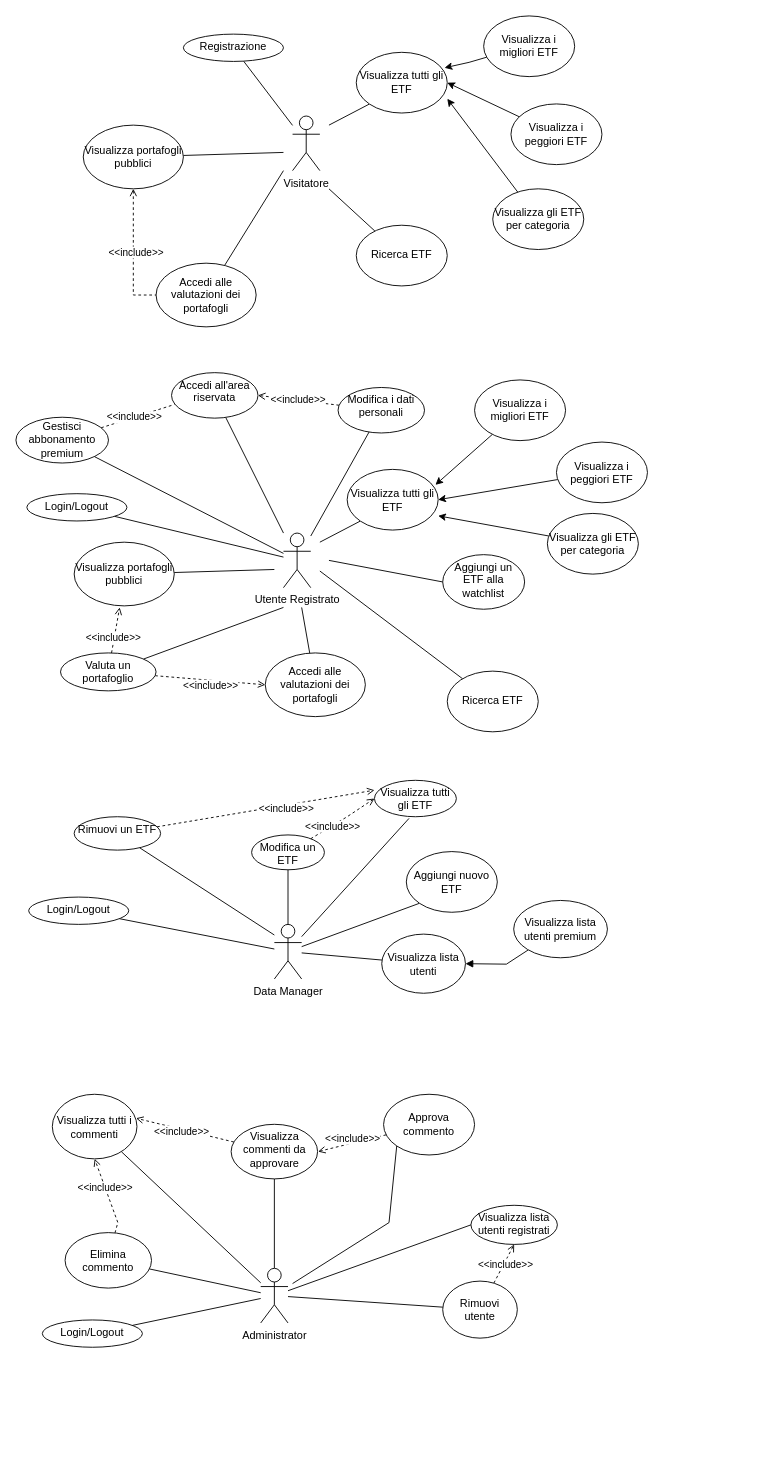
Before: page "user use cases" (2 of 3) of user_use_case.drawio in mattiapitossi/sebd, a draw.io diagram. Source tidied: cells renumbered, new cells numbered last; positions are measured from the earlier drawing's top-left corner, leaving out a move shared by most shapes. Both pictures are drawn from the tidied source at 91%, with x=0, y=0 at pixel (15, 15).
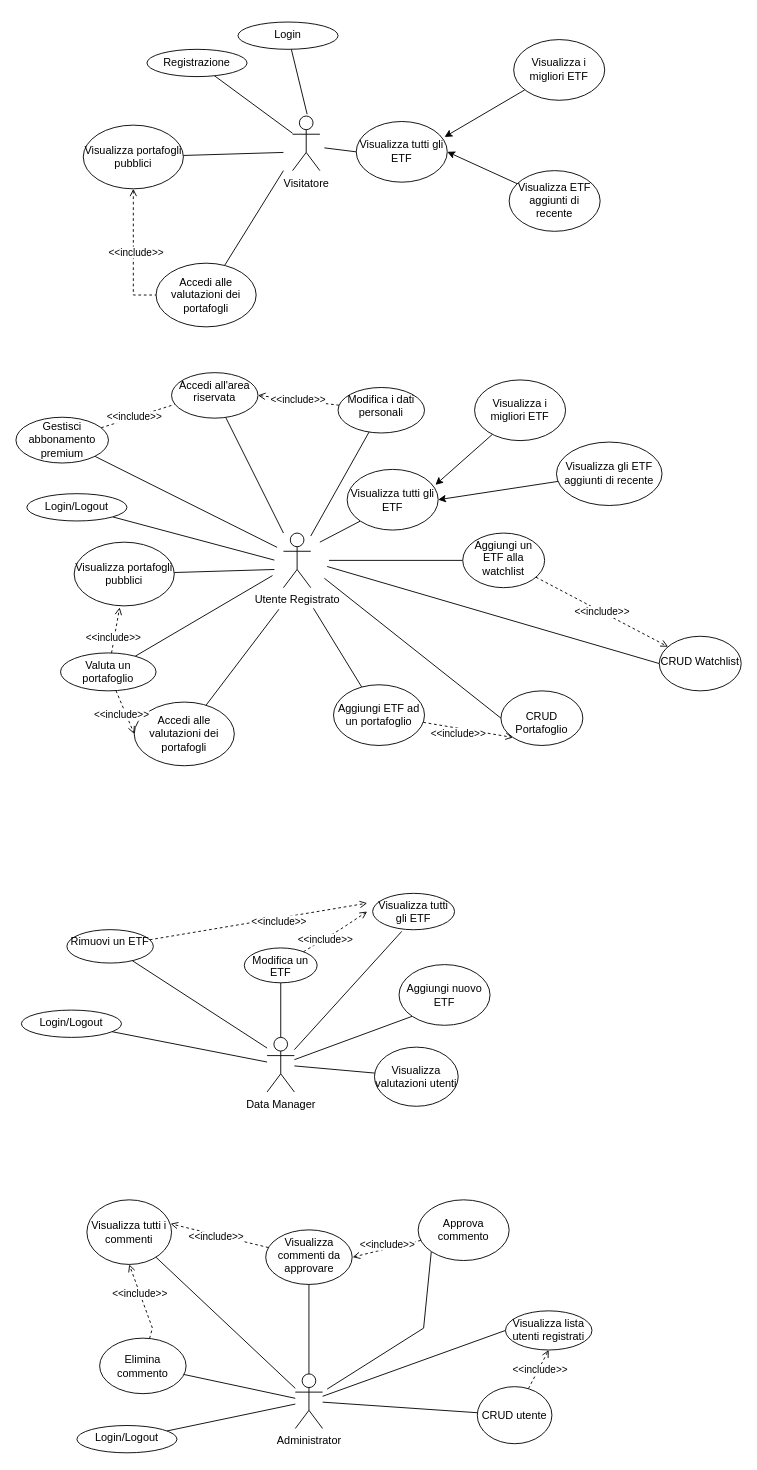
The same page after the edit.

The change refers to these unchanged cells:
```xml
<mxCell id="29" value="Utente Registrato" style="shape=umlActor;verticalLabelPosition=bottom;verticalAlign=top;html=1;outlineConnect=0;" parent="1" vertex="1">
  <mxGeometry x="294" y="568.3" width="30" height="60" as="geometry" />
</mxCell>
<mxCell id="32" value="Visualizza tutti gli ETF" style="ellipse;whiteSpace=wrap;html=1;" parent="1" vertex="1">
  <mxGeometry x="364" y="498.3" width="100" height="66.7" as="geometry" />
</mxCell>
<mxCell id="46" value="Login/Logout" style="ellipse;whiteSpace=wrap;html=1;verticalAlign=top;" parent="1" vertex="1">
  <mxGeometry x="12" y="525" width="110" height="30" as="geometry" />
</mxCell>
<mxCell id="54" value="Valuta un portafoglio" style="ellipse;whiteSpace=wrap;html=1;verticalAlign=top;" parent="1" vertex="1">
  <mxGeometry x="49" y="700" width="105" height="41.7" as="geometry" />
</mxCell>
<mxCell id="101" value="Gestisci&lt;br&gt;abbonamento premium" style="ellipse;whiteSpace=wrap;html=1;" parent="1" vertex="1">
  <mxGeometry y="441" width="101.7" height="50.3" as="geometry" />
</mxCell>
```

Diff of the diagram source:
```diff
@@
-    <mxCell id="5" style="rounded=0;jettySize=auto;html=1;exitX=0;exitY=1;exitDx=0;exitDy=0;endArrow=none;endFill=0;" parent="1" edge="1" source="6">
+    <mxCell id="5" style="rounded=0;jettySize=auto;html=1;exitX=0;exitY=0.5;exitDx=0;exitDy=0;endArrow=none;endFill=0;" parent="1" edge="1" source="6">
       <mxGeometry relative="1" as="geometry">
-        <mxPoint x="344" y="120" as="targetPoint" />
+        <mxPoint x="339" y="145" as="targetPoint" />
       </mxGeometry>
     </mxCell>
     <mxCell id="6" value="Visualizza tutti gli ETF" style="ellipse;whiteSpace=wrap;html=1;" parent="1" vertex="1">
-      <mxGeometry x="374" y="40" width="100" height="66.7" as="geometry" />
+      <mxGeometry x="374" y="116" width="100" height="66.7" as="geometry" />
     </mxCell>
     <mxCell id="7" style="rounded=0;jettySize=auto;html=1;entryX=0.97;entryY=0.255;entryDx=0;entryDy=0;entryPerimeter=0;" parent="1" edge="1" source="8" target="6">
-      <mxGeometry relative="1" as="geometry">
-        <Array as="points">
-          <mxPoint x="498" y="51" />
-        </Array>
-      </mxGeometry>
+      <mxGeometry relative="1" as="geometry" />
     </mxCell>
     <mxCell id="8" value="Visualizza i migliori ETF" style="ellipse;whiteSpace=wrap;html=1;" parent="1" vertex="1">
-      <mxGeometry x="514" width="100" height="66.7" as="geometry" />
+      <mxGeometry x="547" y="26" width="100" height="66.7" as="geometry" />
     </mxCell>
@@
-    <mxCell id="10" value="Visualizza i peggiori ETF" style="ellipse;whiteSpace=wrap;html=1;" parent="1" vertex="1">
-      <mxGeometry x="544" y="96.7" width="100" height="66.7" as="geometry" />
+    <mxCell id="10" value="Visualizza ETF aggiunti di recente" style="ellipse;whiteSpace=wrap;html=1;" parent="1" vertex="1">
+      <mxGeometry x="542" y="170" width="100" height="66.7" as="geometry" />
     </mxCell>
-    <mxCell id="11" style="rounded=0;jettySize=auto;html=1;entryX=1;entryY=0.765;entryDx=0;entryDy=0;entryPerimeter=0;" parent="1" edge="1" source="12" target="6">
-      <mxGeometry relative="1" as="geometry" />
-    </mxCell>
-    <mxCell id="12" value="Visualizza gli ETF per categoria" style="ellipse;whiteSpace=wrap;html=1;" parent="1" vertex="1">
-      <mxGeometry x="524" y="190" width="100" height="66.7" as="geometry" />
-    </mxCell>
-    <mxCell id="13" style="rounded=0;jettySize=auto;html=1;endArrow=none;endFill=0;" parent="1" edge="1" source="14">
-      <mxGeometry relative="1" as="geometry">
-        <mxPoint x="344" y="190" as="targetPoint" />
-      </mxGeometry>
-    </mxCell>
-    <mxCell id="14" value="Ricerca ETF" style="ellipse;whiteSpace=wrap;html=1;" parent="1" vertex="1">
-      <mxGeometry x="374" y="230" width="100" height="66.7" as="geometry" />
-    </mxCell>
@@
     <mxCell id="22" value="Registrazione" style="ellipse;whiteSpace=wrap;html=1;verticalAlign=top;" parent="1" vertex="1">
-      <mxGeometry x="184" y="20" width="110" height="30" as="geometry" />
+      <mxGeometry x="144" y="36.7" width="110" height="30" as="geometry" />
     </mxCell>
-    <mxCell id="23" style="rounded=0;jettySize=auto;html=1;endArrow=none;endFill=0;" parent="1" edge="1" source="29" target="46">
-      <mxGeometry relative="1" as="geometry" />
+    <mxCell id="23" style="rounded=0;jettySize=auto;html=1;endArrow=none;endFill=0;" parent="1" edge="1" target="46">
+      <mxGeometry relative="1" as="geometry">
+        <mxPoint x="284" y="598" as="sourcePoint" />
+      </mxGeometry>
     </mxCell>
@@
     <mxCell id="26" style="rounded=0;jettySize=auto;html=1;endArrow=none;endFill=0;" parent="1" edge="1" target="54">
       <mxGeometry relative="1" as="geometry">
-        <mxPoint x="294" y="650" as="sourcePoint" />
+        <mxPoint x="282" y="615" as="sourcePoint" />
       </mxGeometry>
     </mxCell>
@@
-    <mxCell id="28" style="rounded=0;jettySize=auto;html=1;endArrow=none;endFill=0;" parent="1" edge="1" source="29" target="101">
-      <mxGeometry relative="1" as="geometry" />
+    <mxCell id="28" style="rounded=0;jettySize=auto;html=1;endArrow=none;endFill=0;" parent="1" edge="1" target="101">
+      <mxGeometry relative="1" as="geometry">
+        <mxPoint x="287" y="584" as="sourcePoint" />
+      </mxGeometry>
     </mxCell>
@@
-    <mxCell id="36" value="Visualizza i peggiori ETF" style="ellipse;whiteSpace=wrap;html=1;" parent="1" vertex="1">
-      <mxGeometry x="594" y="468.3" width="100" height="66.7" as="geometry" />
+    <mxCell id="36" value="Visualizza gli ETF&lt;br&gt;aggiunti di recente" style="ellipse;whiteSpace=wrap;html=1;" parent="1" vertex="1">
+      <mxGeometry x="594" y="468.3" width="116" height="69.7" as="geometry" />
     </mxCell>
-    <mxCell id="37" style="rounded=0;jettySize=auto;html=1;entryX=1;entryY=0.765;entryDx=0;entryDy=0;entryPerimeter=0;" parent="1" edge="1" source="38" target="32">
-      <mxGeometry relative="1" as="geometry" />
-    </mxCell>
-    <mxCell id="38" value="Visualizza gli ETF per categoria" style="ellipse;whiteSpace=wrap;html=1;" parent="1" vertex="1">
-      <mxGeometry x="584" y="546.7" width="100" height="66.7" as="geometry" />
-    </mxCell>
     <mxCell id="39" style="rounded=0;jettySize=auto;html=1;endArrow=none;endFill=0;" parent="1" edge="1" source="40">
       <mxGeometry relative="1" as="geometry">
-        <mxPoint x="334" y="610" as="targetPoint" />
+        <mxPoint x="327" y="651" as="targetPoint" />
       </mxGeometry>
     </mxCell>
+    <mxCell id="105" style="rounded=0;jettySize=auto;html=1;entryX=0;entryY=1;entryDx=0;entryDy=0;dashed=1;endArrow=open;endFill=0;" parent="1" edge="1" source="40" target="111">
+      <mxGeometry relative="1" as="geometry" />
+    </mxCell>
+    <mxCell id="106" value="&amp;lt;&amp;lt;include&amp;gt;&amp;gt;" style="edgeLabel;html=1;align=center;verticalAlign=middle;" parent="105" vertex="1">
+      <mxGeometry x="0.37" y="-3" relative="1" as="geometry">
+        <mxPoint x="-30" y="-2" as="offset" />
+      </mxGeometry>
+    </mxCell>
-    <mxCell id="40" value="Ricerca ETF" style="ellipse;whiteSpace=wrap;html=1;" parent="1" vertex="1">
-      <mxGeometry x="474" y="720" width="100" height="66.7" as="geometry" />
+    <mxCell id="40" value="Aggiungi ETF ad un portafoglio" style="ellipse;whiteSpace=wrap;html=1;" parent="1" vertex="1">
+      <mxGeometry x="349" y="735" width="100" height="66.7" as="geometry" />
     </mxCell>
@@
     <mxCell id="44" style="rounded=0;jettySize=auto;html=1;endArrow=none;endFill=0;" parent="1" edge="1" source="45">
       <mxGeometry relative="1" as="geometry">
-        <mxPoint x="314" y="650" as="targetPoint" />
+        <mxPoint x="289" y="652" as="targetPoint" />
       </mxGeometry>
     </mxCell>
     <mxCell id="45" value="Accedi alle valutazioni dei portafogli" style="ellipse;whiteSpace=wrap;html=1;" parent="1" vertex="1">
-      <mxGeometry x="274" y="700" width="110" height="70" as="geometry" />
+      <mxGeometry x="130" y="754" width="110" height="70" as="geometry" />
     </mxCell>
@@
+    <mxCell id="107" value="&amp;lt;&amp;lt;include&amp;gt;&amp;gt;" style="rounded=0;jettySize=auto;html=1;dashed=1;endArrow=open;endFill=0;" parent="1" edge="1" source="55" target="113">
+      <mxGeometry relative="1" as="geometry" />
+    </mxCell>
     <mxCell id="55" value="Aggiungi un ETF alla watchlist" style="ellipse;whiteSpace=wrap;html=1;verticalAlign=top;" parent="1" vertex="1">
-      <mxGeometry x="469" y="592" width="90" height="60" as="geometry" />
+      <mxGeometry x="491" y="568.3" width="90" height="60" as="geometry" />
     </mxCell>
@@
     <mxCell id="57" style="rounded=0;jettySize=auto;html=1;endArrow=none;endFill=0;" parent="1" edge="1" target="69">
       <mxGeometry relative="1" as="geometry">
-        <mxPoint x="284" y="1010" as="sourcePoint" />
+        <mxPoint x="276" y="1134.2" as="sourcePoint" />
       </mxGeometry>
     </mxCell>
-    <mxCell id="58" style="rounded=0;jettySize=auto;html=1;entryX=0.422;entryY=1.046;entryDx=0;entryDy=0;endArrow=none;endFill=0;entryPerimeter=0;" parent="1" edge="1" source="61" target="70">
-      <mxGeometry relative="1" as="geometry" />
+    <mxCell id="58" style="rounded=0;jettySize=auto;html=1;entryX=0.422;entryY=1.046;entryDx=0;entryDy=0;endArrow=none;endFill=0;entryPerimeter=0;" parent="1" edge="1" source="61">
+      <mxGeometry relative="1" as="geometry">
+        <mxPoint x="424" y="1006" as="targetPoint" />
+      </mxGeometry>
     </mxCell>
@@
     <mxCell id="61" value="Data Manager" style="shape=umlActor;verticalLabelPosition=bottom;verticalAlign=top;html=1;outlineConnect=0;" parent="1" vertex="1">
-      <mxGeometry x="284" y="998.3" width="30" height="60" as="geometry" />
+      <mxGeometry x="276" y="1122.5" width="30" height="60" as="geometry" />
     </mxCell>
     <mxCell id="62" style="rounded=0;jettySize=auto;html=1;exitX=0;exitY=1;exitDx=0;exitDy=0;strokeColor=none;endArrow=none;endFill=0;" parent="1" edge="1" source="64">
       <mxGeometry relative="1" as="geometry">
-        <mxPoint x="324" y="1018.3" as="targetPoint" />
+        <mxPoint x="316" y="1142.5" as="targetPoint" />
       </mxGeometry>
     </mxCell>
@@
     <mxCell id="64" value="Aggiungi nuovo ETF" style="ellipse;whiteSpace=wrap;html=1;" parent="1" vertex="1">
-      <mxGeometry x="429" y="918.3" width="100" height="66.7" as="geometry" />
+      <mxGeometry x="421" y="1042.5" width="100" height="66.7" as="geometry" />
     </mxCell>
     <mxCell id="65" style="rounded=0;orthogonalLoop=1;jettySize=auto;html=1;strokeColor=none;endArrow=none;endFill=0;" parent="1" edge="1">
       <mxGeometry relative="1" as="geometry">
-        <mxPoint x="160.8" y="1031.6" as="sourcePoint" />
-        <mxPoint x="264" y="1008.3" as="targetPoint" />
+        <mxPoint x="152.8" y="1155.8" as="sourcePoint" />
+        <mxPoint x="256" y="1132.5" as="targetPoint" />
       </mxGeometry>
     </mxCell>
     <mxCell id="66" value="Login/Logout" style="ellipse;whiteSpace=wrap;html=1;verticalAlign=top;" parent="1" vertex="1">
-      <mxGeometry x="14" y="968.3" width="110" height="30" as="geometry" />
+      <mxGeometry x="6" y="1092.5" width="110" height="30" as="geometry" />
     </mxCell>
-    <mxCell id="67" style="rounded=0;jettySize=auto;html=1;entryX=0;entryY=0.271;entryDx=0;entryDy=0;entryPerimeter=0;endArrow=open;endFill=0;dashed=1;" parent="1" edge="1" source="69" target="70">
-      <mxGeometry relative="1" as="geometry" />
+    <mxCell id="67" style="rounded=0;jettySize=auto;html=1;entryX=0;entryY=0.271;entryDx=0;entryDy=0;entryPerimeter=0;endArrow=open;endFill=0;dashed=1;" parent="1" edge="1" source="69">
+      <mxGeometry relative="1" as="geometry">
+        <mxPoint x="386" y="975" as="targetPoint" />
+      </mxGeometry>
     </mxCell>
@@
     <mxCell id="69" value="Rimuovi un ETF" style="ellipse;whiteSpace=wrap;html=1;verticalAlign=top;" parent="1" vertex="1">
-      <mxGeometry x="64" y="880" width="95" height="36.7" as="geometry" />
+      <mxGeometry x="56" y="1004.1" width="95" height="36.7" as="geometry" />
     </mxCell>
     <mxCell id="70" value="Visualizza tutti gli ETF" style="ellipse;whiteSpace=wrap;html=1;verticalAlign=top;" parent="1" vertex="1">
-      <mxGeometry x="394" y="840" width="90" height="40" as="geometry" />
+      <mxGeometry x="392" y="964.2" width="90" height="40" as="geometry" />
     </mxCell>
-    <mxCell id="71" style="rounded=0;jettySize=auto;html=1;entryX=0;entryY=0.5;entryDx=0;entryDy=0;endArrow=open;endFill=0;dashed=1;" parent="1" edge="1" source="73" target="70">
+    <mxCell id="71" style="rounded=0;jettySize=auto;html=1;entryX=0;entryY=0.5;entryDx=0;entryDy=0;endArrow=open;endFill=0;dashed=1;" parent="1" edge="1" source="73">
       <mxGeometry relative="1" as="geometry">
+        <mxPoint x="386" y="984.2" as="targetPoint" />
         <Array as="points">
-          <mxPoint x="364" y="880" />
+          <mxPoint x="356" y="1004.1" />
         </Array>
       </mxGeometry>
     </mxCell>
@@
     <mxCell id="73" value="Modifica un ETF" style="ellipse;whiteSpace=wrap;html=1;verticalAlign=top;" parent="1" vertex="1">
-      <mxGeometry x="259" y="900" width="80" height="38.3" as="geometry" />
+      <mxGeometry x="251" y="1024.2" width="80" height="38.3" as="geometry" />
     </mxCell>
@@
     <mxCell id="80" value="Administrator" style="shape=umlActor;verticalLabelPosition=bottom;verticalAlign=top;html=1;outlineConnect=0;" parent="1" vertex="1">
-      <mxGeometry x="269" y="1376.3" width="30" height="60" as="geometry" />
+      <mxGeometry x="307" y="1492.3" width="30" height="60" as="geometry" />
     </mxCell>
     <mxCell id="81" style="rounded=0;jettySize=auto;html=1;exitX=0;exitY=1;exitDx=0;exitDy=0;strokeColor=none;endArrow=none;endFill=0;" parent="1" edge="1" source="85">
       <mxGeometry relative="1" as="geometry">
-        <mxPoint x="309" y="1396.3" as="targetPoint" />
+        <mxPoint x="347" y="1512.3" as="targetPoint" />
       </mxGeometry>
     </mxCell>
     <mxCell id="82" style="rounded=0;jettySize=auto;html=1;exitX=0;exitY=1;exitDx=0;exitDy=0;endArrow=none;endFill=0;" parent="1" edge="1" source="85">
       <mxGeometry relative="1" as="geometry">
-        <mxPoint x="304" y="1393" as="targetPoint" />
+        <mxPoint x="342" y="1509" as="targetPoint" />
         <Array as="points">
-          <mxPoint x="410" y="1326" />
+          <mxPoint x="448" y="1442" />
         </Array>
       </mxGeometry>
     </mxCell>
     <mxCell id="83" style="rounded=0;jettySize=auto;html=1;endArrow=open;endFill=0;dashed=1;" parent="1" edge="1" source="85">
       <mxGeometry relative="1" as="geometry">
-        <mxPoint x="332" y="1248" as="targetPoint" />
+        <mxPoint x="370" y="1364" as="targetPoint" />
       </mxGeometry>
     </mxCell>
@@
     <mxCell id="85" value="Approva commento" style="ellipse;whiteSpace=wrap;html=1;" parent="1" vertex="1">
-      <mxGeometry x="404" y="1185" width="100" height="66.7" as="geometry" />
+      <mxGeometry x="442" y="1301" width="100" height="66.7" as="geometry" />
     </mxCell>
     <mxCell id="86" style="rounded=0;orthogonalLoop=1;jettySize=auto;html=1;strokeColor=none;endArrow=none;endFill=0;" parent="1" edge="1">
       <mxGeometry relative="1" as="geometry">
-        <mxPoint x="145.8" y="1409.6" as="sourcePoint" />
-        <mxPoint x="249" y="1386.3" as="targetPoint" />
+        <mxPoint x="183.8" y="1525.6" as="sourcePoint" />
+        <mxPoint x="287" y="1502.3" as="targetPoint" />
       </mxGeometry>
     </mxCell>
     <mxCell id="87" value="Login/Logout" style="ellipse;whiteSpace=wrap;html=1;verticalAlign=top;" parent="1" vertex="1">
-      <mxGeometry x="29" y="1433" width="110" height="30" as="geometry" />
+      <mxGeometry x="67" y="1549" width="110" height="30" as="geometry" />
     </mxCell>
     <mxCell id="88" value="Visualizza lista utenti registrati" style="ellipse;whiteSpace=wrap;html=1;verticalAlign=top;" parent="1" vertex="1">
-      <mxGeometry x="500" y="1307" width="95" height="43" as="geometry" />
+      <mxGeometry x="538" y="1423" width="95" height="43" as="geometry" />
     </mxCell>
@@
     <mxCell id="91" value="Visualizza commenti da approvare" style="ellipse;whiteSpace=wrap;html=1;verticalAlign=top;" parent="1" vertex="1">
-      <mxGeometry x="236.5" y="1218" width="95" height="60" as="geometry" />
+      <mxGeometry x="274.5" y="1334" width="95" height="60" as="geometry" />
     </mxCell>
     <mxCell id="92" style="rounded=0;jettySize=auto;html=1;entryX=0.5;entryY=1;entryDx=0;entryDy=0;endArrow=open;endFill=0;dashed=1;" parent="1" edge="1" source="94" target="98">
       <mxGeometry relative="1" as="geometry">
         <Array as="points">
-          <mxPoint x="112" y="1326" />
+          <mxPoint x="150" y="1442" />
         </Array>
       </mxGeometry>
     </mxCell>
@@
     <mxCell id="94" value="Elimina commento" style="ellipse;whiteSpace=wrap;html=1;" parent="1" vertex="1">
-      <mxGeometry x="54" y="1337" width="95" height="61" as="geometry" />
+      <mxGeometry x="92" y="1453" width="95" height="61" as="geometry" />
     </mxCell>
@@
-    <mxCell id="97" value="Rimuovi utente" style="ellipse;whiteSpace=wrap;html=1;" parent="1" vertex="1">
-      <mxGeometry x="469" y="1390.3" width="82" height="62.7" as="geometry" />
+    <mxCell id="97" value="CRUD utente" style="ellipse;whiteSpace=wrap;html=1;" parent="1" vertex="1">
+      <mxGeometry x="507" y="1506.3" width="82" height="62.7" as="geometry" />
     </mxCell>
     <mxCell id="98" value="Visualizza tutti i commenti" style="ellipse;whiteSpace=wrap;html=1;" parent="1" vertex="1">
-      <mxGeometry x="40" y="1185" width="93" height="71" as="geometry" />
+      <mxGeometry x="78" y="1301" width="93" height="71" as="geometry" />
     </mxCell>
@@
-    <mxCell id="102" style="rounded=0;jettySize=auto;html=1;startArrow=block;startFill=1;endArrow=none;endFill=0;" parent="1" edge="1" source="103" target="104">
-      <mxGeometry relative="1" as="geometry">
-        <Array as="points">
-          <mxPoint x="539" y="1042" />
-        </Array>
-      </mxGeometry>
-    </mxCell>
-    <mxCell id="103" value="Visualizza lista utenti" style="ellipse;whiteSpace=wrap;html=1;" parent="1" vertex="1">
-      <mxGeometry x="402" y="1009" width="92" height="65" as="geometry" />
+    <mxCell id="103" value="Visualizza valutazioni utenti" style="ellipse;whiteSpace=wrap;html=1;" parent="1" vertex="1">
+      <mxGeometry x="394" y="1133.2" width="92" height="65" as="geometry" />
     </mxCell>
-    <mxCell id="104" value="Visualizza lista utenti premium" style="ellipse;whiteSpace=wrap;html=1;" parent="1" vertex="1">
-      <mxGeometry x="547" y="972" width="103" height="63" as="geometry" />
-    </mxCell>
+    <mxCell id="108" style="rounded=0;jettySize=auto;html=1;endArrow=none;endFill=0;" parent="1" edge="1" source="109">
+      <mxGeometry relative="1" as="geometry">
+        <mxPoint x="320" y="108" as="targetPoint" />
+      </mxGeometry>
+    </mxCell>
+    <mxCell id="109" value="Login" style="ellipse;whiteSpace=wrap;html=1;verticalAlign=top;" parent="1" vertex="1">
+      <mxGeometry x="244" y="6.7" width="110" height="30" as="geometry" />
+    </mxCell>
+    <mxCell id="110" style="rounded=0;jettySize=auto;html=1;entryX=0;entryY=0.5;entryDx=0;entryDy=0;endArrow=none;endFill=0;" parent="1" edge="1" target="111">
+      <mxGeometry relative="1" as="geometry">
+        <mxPoint x="339" y="618" as="sourcePoint" />
+      </mxGeometry>
+    </mxCell>
+    <mxCell id="111" value="&lt;br&gt;CRUD Portafoglio" style="ellipse;whiteSpace=wrap;html=1;verticalAlign=top;" parent="1" vertex="1">
+      <mxGeometry x="533" y="741.7" width="90" height="60" as="geometry" />
+    </mxCell>
+    <mxCell id="112" style="rounded=0;jettySize=auto;html=1;entryX=0;entryY=0.5;entryDx=0;entryDy=0;endArrow=none;endFill=0;" parent="1" edge="1" target="113">
+      <mxGeometry relative="1" as="geometry">
+        <mxPoint x="342" y="605" as="sourcePoint" />
+      </mxGeometry>
+    </mxCell>
+    <mxCell id="113" value="&lt;br&gt;CRUD Watchlist" style="ellipse;whiteSpace=wrap;html=1;verticalAlign=top;" parent="1" vertex="1">
+      <mxGeometry x="707" y="681.7" width="90" height="60" as="geometry" />
+    </mxCell>
```
